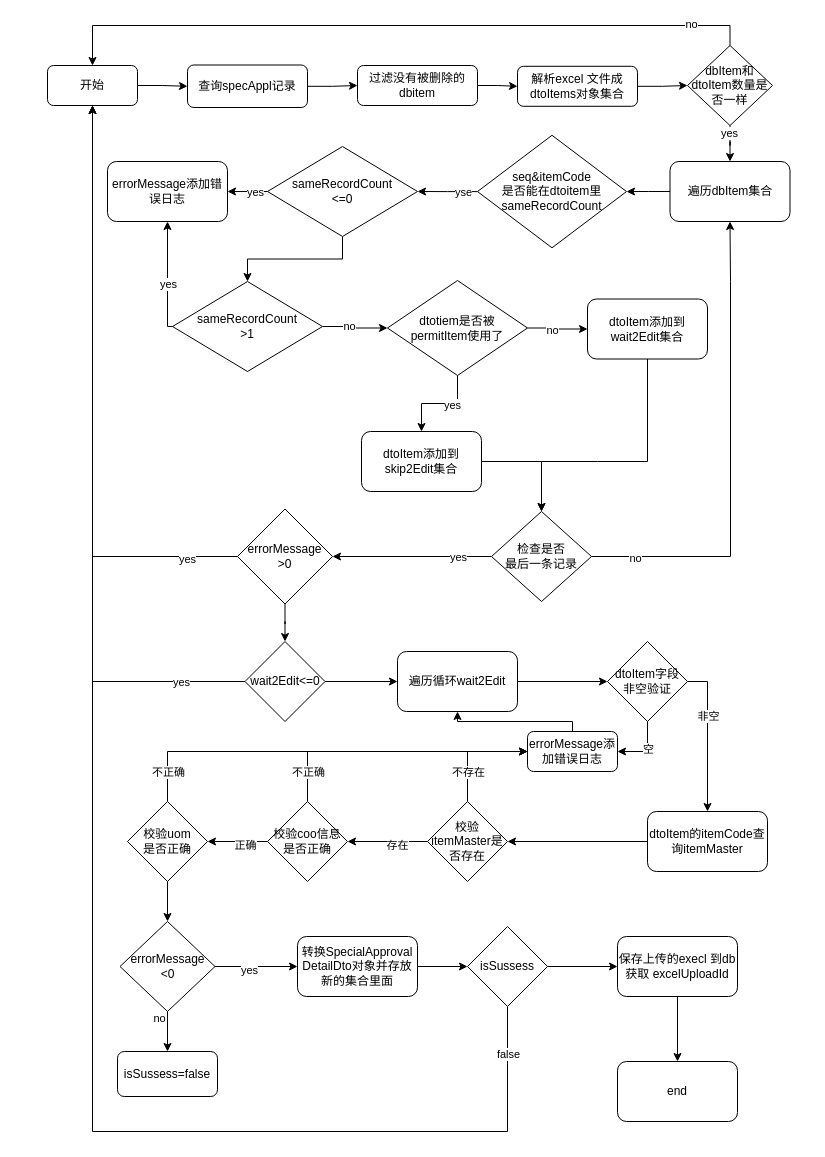
Before: specAppl-edit-check.drawio in 1119132473/doc, a draw.io diagram. Source tidied: cells renumbered, new cells numbered last; positions are measured from the earlier drawing's top-left corner, leaving out a move shared by most shapes. Both pictures are drawn from the tidied source at 100%, with x=0, y=0 at pixel (47, 45).
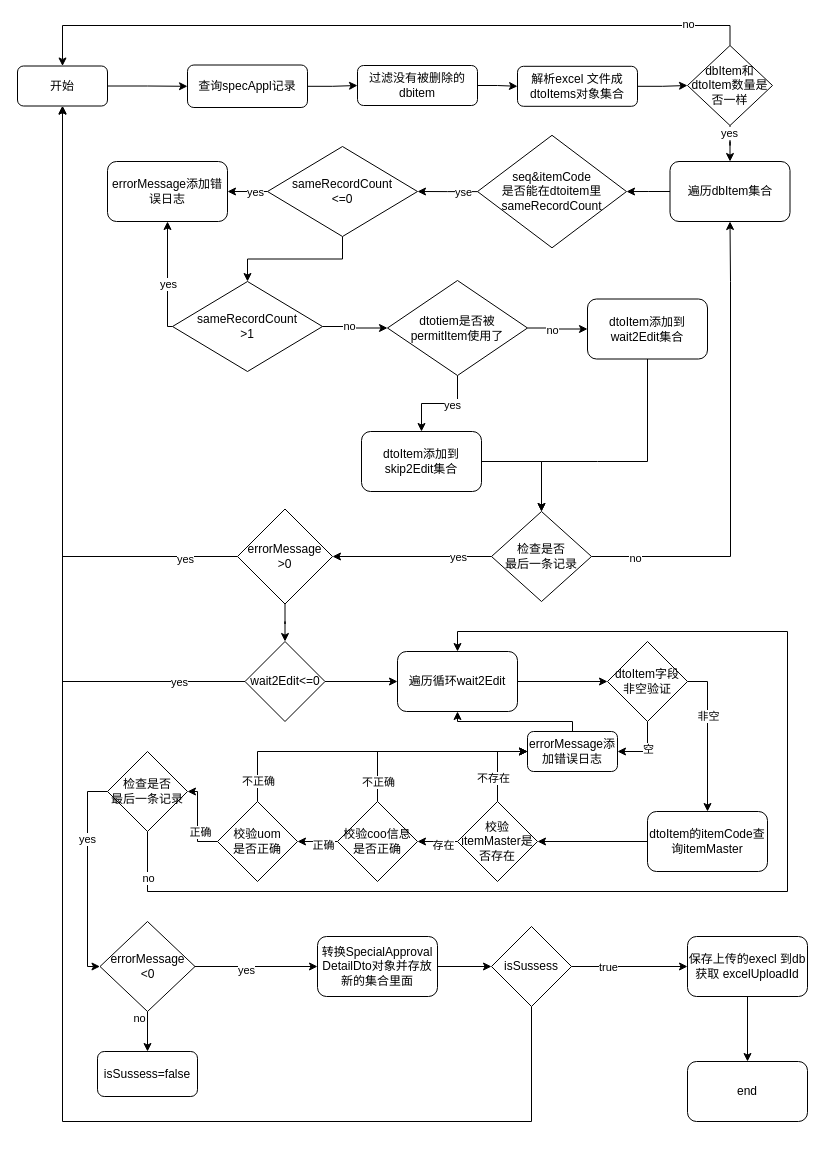
The same page after the edit.

The change refers to these unchanged cells:
```xml
<mxCell id="53" value="遍历循环wait2Edit" style="rounded=1;whiteSpace=wrap;html=1;" parent="1" vertex="1">
  <mxGeometry x="350" y="606" width="120" height="60" as="geometry" />
</mxCell>
<mxCell id="62" value="errorMessage添加错误日志" style="rounded=1;whiteSpace=wrap;html=1;" parent="1" vertex="1">
  <mxGeometry x="480" y="686" width="90" height="40" as="geometry" />
</mxCell>
```

Change to the diagram source:
```diff
@@
     <mxCell id="3" value="开始" style="rounded=1;whiteSpace=wrap;html=1;fontSize=12;glass=0;strokeWidth=1;shadow=0;" parent="1" vertex="1">
-      <mxGeometry y="20" width="90" height="40" as="geometry" />
+      <mxGeometry x="-30" y="20.5" width="90" height="40" as="geometry" />
     </mxCell>
@@
     <mxCell id="67" value="校验itemMaster是否存在" style="rhombus;whiteSpace=wrap;html=1;" parent="1" vertex="1">
-      <mxGeometry x="380" y="756" width="80" height="80" as="geometry" />
+      <mxGeometry x="410" y="756" width="80" height="80" as="geometry" />
     </mxCell>
     <mxCell id="68" style="edgeStyle=orthogonalEdgeStyle;rounded=0;jettySize=auto;html=1;exitX=0.5;exitY=0;exitDx=0;exitDy=0;entryX=0;entryY=0.5;entryDx=0;entryDy=0;" parent="1" edge="1" source="72" target="62">
       <mxGeometry relative="1" as="geometry">
         <Array as="points">
-          <mxPoint x="260" y="706" />
+          <mxPoint x="330" y="706" />
         </Array>
       </mxGeometry>
     </mxCell>
@@
     <mxCell id="72" value="校验coo信息是否正确" style="rhombus;whiteSpace=wrap;html=1;" parent="1" vertex="1">
-      <mxGeometry x="220" y="756" width="80" height="80" as="geometry" />
+      <mxGeometry x="290" y="756" width="80" height="80" as="geometry" />
     </mxCell>
@@
-    <mxCell id="75" style="edgeStyle=orthogonalEdgeStyle;rounded=0;jettySize=auto;html=1;" parent="1" edge="1" source="76" target="81">
-      <mxGeometry relative="1" as="geometry" />
-    </mxCell>
+    <mxCell id="92" style="edgeStyle=orthogonalEdgeStyle;rounded=0;jettySize=auto;html=1;exitX=0;exitY=0.5;exitDx=0;exitDy=0;entryX=1;entryY=0.5;entryDx=0;entryDy=0;" parent="1" edge="1" source="76" target="99">
+      <mxGeometry relative="1" as="geometry" />
+    </mxCell>
+    <mxCell id="93" value="正确" style="edgeLabel;html=1;align=center;verticalAlign=middle;" parent="92" vertex="1">
+      <mxGeometry x="-0.25" y="-2" relative="1" as="geometry" />
+    </mxCell>
     <mxCell id="76" value="&lt;div&gt;校验uom&lt;/div&gt;&lt;div&gt;是否正确&lt;br&gt;&lt;/div&gt;" style="rhombus;whiteSpace=wrap;html=1;" parent="1" vertex="1">
-      <mxGeometry x="80" y="756" width="80" height="80" as="geometry" />
+      <mxGeometry x="170" y="756" width="80" height="80" as="geometry" />
     </mxCell>
@@
     <mxCell id="81" value="&lt;div&gt;errorMessage&lt;/div&gt;&lt;div&gt;&amp;lt;0&lt;br&gt;&lt;/div&gt;" style="rhombus;whiteSpace=wrap;html=1;" parent="1" vertex="1">
-      <mxGeometry x="72.5" y="876" width="95" height="90" as="geometry" />
+      <mxGeometry x="52.5" y="876" width="95" height="90" as="geometry" />
     </mxCell>
@@
     <mxCell id="83" value="&lt;div&gt;转换SpecialApproval&lt;/div&gt;&lt;div&gt;DetailDto对象并存放新的集合里面&lt;/div&gt;" style="rounded=1;whiteSpace=wrap;html=1;" parent="1" vertex="1">
-      <mxGeometry x="250" y="891" width="120" height="60" as="geometry" />
+      <mxGeometry x="270" y="891" width="120" height="60" as="geometry" />
     </mxCell>
     <mxCell id="84" value="isSussess=false" style="rounded=1;whiteSpace=wrap;html=1;" parent="1" vertex="1">
-      <mxGeometry x="70" y="1006" width="100" height="45" as="geometry" />
+      <mxGeometry x="50" y="1006" width="100" height="45" as="geometry" />
     </mxCell>
+    <mxCell id="87" style="edgeStyle=orthogonalEdgeStyle;rounded=0;jettySize=auto;html=1;entryX=0;entryY=0.5;entryDx=0;entryDy=0;" parent="1" edge="1" source="88" target="90">
+      <mxGeometry relative="1" as="geometry" />
+    </mxCell>
+    <mxCell id="94" value="true" style="edgeLabel;html=1;align=center;verticalAlign=middle;" parent="87" vertex="1">
+      <mxGeometry x="-0.22" y="-1" relative="1" as="geometry">
+        <mxPoint x="-9" y="-1" as="offset" />
+      </mxGeometry>
+    </mxCell>
     <mxCell id="85" style="edgeStyle=orthogonalEdgeStyle;rounded=0;jettySize=auto;html=1;exitX=0.5;exitY=1;exitDx=0;exitDy=0;entryX=0.5;entryY=1;entryDx=0;entryDy=0;" parent="1" edge="1" source="88" target="3">
       <mxGeometry relative="1" as="geometry">
         <Array as="points">
-          <mxPoint x="460" y="1086" />
-          <mxPoint x="45" y="1086" />
+          <mxPoint x="484" y="1076" />
+          <mxPoint x="15" y="1076" />
         </Array>
       </mxGeometry>
     </mxCell>
-    <mxCell id="86" value="false" style="edgeLabel;html=1;align=center;verticalAlign=middle;" parent="85" vertex="1">
-      <mxGeometry x="-0.94" relative="1" as="geometry" />
-    </mxCell>
-    <mxCell id="87" style="edgeStyle=orthogonalEdgeStyle;rounded=0;jettySize=auto;html=1;entryX=0;entryY=0.5;entryDx=0;entryDy=0;" parent="1" edge="1" source="88" target="90">
-      <mxGeometry relative="1" as="geometry" />
-    </mxCell>
     <mxCell id="88" value="isSussess" style="rhombus;whiteSpace=wrap;html=1;" parent="1" vertex="1">
-      <mxGeometry x="420" y="881" width="80" height="80" as="geometry" />
+      <mxGeometry x="444" y="881" width="80" height="80" as="geometry" />
     </mxCell>
@@
     <mxCell id="90" value="&lt;div&gt;保存上传的execl 到db&lt;/div&gt;&lt;div&gt;获取 excelUploadId&lt;br&gt;&lt;/div&gt;" style="rounded=1;whiteSpace=wrap;html=1;" parent="1" vertex="1">
-      <mxGeometry x="570" y="891" width="120" height="60" as="geometry" />
+      <mxGeometry x="640" y="891" width="120" height="60" as="geometry" />
     </mxCell>
     <mxCell id="91" value="&lt;div&gt;end&lt;/div&gt;" style="rounded=1;whiteSpace=wrap;html=1;" parent="1" vertex="1">
-      <mxGeometry x="570" y="1016" width="120" height="60" as="geometry" />
+      <mxGeometry x="640" y="1016" width="120" height="60" as="geometry" />
     </mxCell>
+    <mxCell id="95" style="edgeStyle=orthogonalEdgeStyle;rounded=0;jettySize=auto;html=1;exitX=0.5;exitY=1;exitDx=0;exitDy=0;entryX=0.5;entryY=0;entryDx=0;entryDy=0;" parent="1" edge="1" source="99" target="53">
+      <mxGeometry relative="1" as="geometry">
+        <Array as="points">
+          <mxPoint x="100" y="846" />
+          <mxPoint x="740" y="846" />
+          <mxPoint x="740" y="586" />
+          <mxPoint x="410" y="586" />
+        </Array>
+      </mxGeometry>
+    </mxCell>
+    <mxCell id="96" value="no" style="edgeLabel;html=1;align=center;verticalAlign=middle;" parent="95" vertex="1">
+      <mxGeometry x="-0.93" relative="1" as="geometry" />
+    </mxCell>
+    <mxCell id="97" style="edgeStyle=orthogonalEdgeStyle;rounded=0;jettySize=auto;html=1;exitX=0;exitY=0.5;exitDx=0;exitDy=0;entryX=0;entryY=0.5;entryDx=0;entryDy=0;" parent="1" edge="1" source="99" target="81">
+      <mxGeometry relative="1" as="geometry" />
+    </mxCell>
+    <mxCell id="98" value="yes" style="edgeLabel;html=1;align=center;verticalAlign=middle;" parent="97" vertex="1">
+      <mxGeometry x="-0.35" y="-1" relative="1" as="geometry" />
+    </mxCell>
+    <mxCell id="99" value="&lt;div&gt;检查是否&lt;/div&gt;&lt;div&gt;最后一条记录&lt;br&gt;&lt;/div&gt;" style="rhombus;whiteSpace=wrap;html=1;" parent="1" vertex="1">
+      <mxGeometry x="60" y="706" width="80" height="80" as="geometry" />
+    </mxCell>
```
